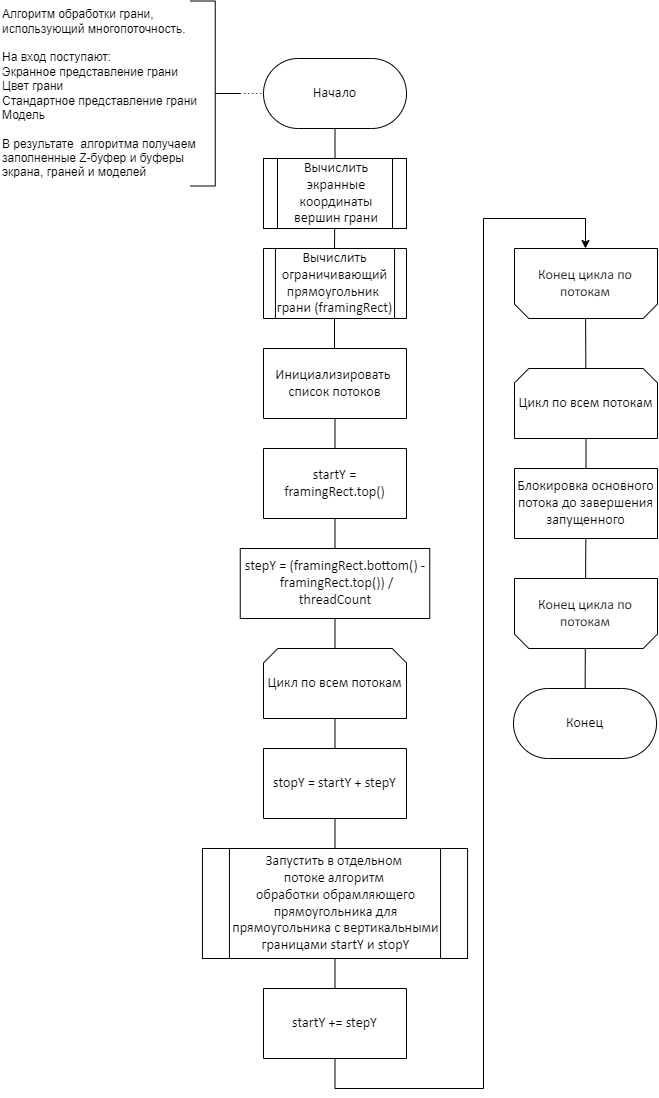
Earlier version of the draw.io export docs/tex/inc/img/face.png (AcidYurets/CG_course_project). Source tidied: cells renumbered, new cells last; positions are measured from the earlier drawing's top-left corner, leaving out a move shared by most shapes.
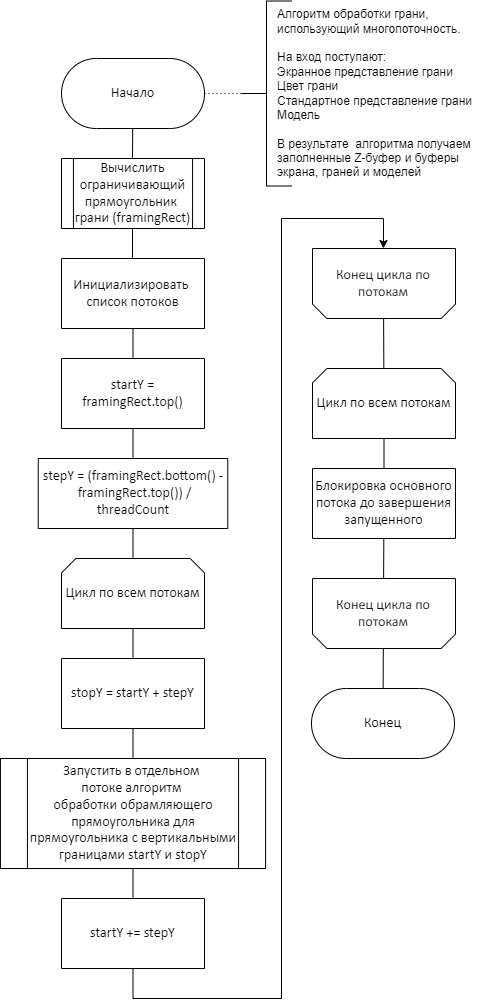
The same file after the commit.

Change to the diagram source:
```diff
@@ -3,7 +3,7 @@
     <mxCell id="0" />
     <mxCell id="1" parent="0" />
     <mxCell id="2" value="&lt;div style=&quot;font-size: 1px&quot;&gt;&lt;font style=&quot;font-size:14.11px;font-family:Calibri;color:#000000;direction:ltr;letter-spacing:0px;line-height:120%;opacity:1&quot;&gt;Начало&lt;br/&gt;&lt;/font&gt;&lt;/div&gt;" style="verticalAlign=middle;align=center;vsdxID=2;fillColor=#FFFFFF;gradientColor=none;shape=(stored shape, 244 characters);strokeColor=#000000;spacingTop=-1;spacingBottom=-1;spacingLeft=-1;spacingRight=-1;points=[[0.5,0,0],[0.5,0.5,0],[1,0.5,0]];labelBackgroundColor=none;rounded=0;html=1;whiteSpace=wrap;" parent="1" vertex="1">
-      <mxGeometry x="263" y="58" width="143" height="70" as="geometry" />
+      <mxGeometry x="263" y="148" width="143" height="70" as="geometry" />
     </mxCell>
     <mxCell id="3" style="rounded=0;jettySize=auto;html=1;endArrow=none;endFill=0;" parent="1" edge="1" source="4" target="28">
       <mxGeometry relative="1" as="geometry" />
@@ -15,27 +15,27 @@
       <mxGeometry x="263" y="248" width="143" height="70" as="geometry" />
     </mxCell>
     <mxCell id="6" style="vsdxID=12;rotation=180;fillColor=#FFFFFF;gradientColor=none;shape=(stored shape, 304 characters);labelBackgroundColor=none;rounded=0;html=1;whiteSpace=wrap;" parent="1" vertex="1">
-      <mxGeometry x="514" y="578" width="143" height="70" as="geometry" />
+      <mxGeometry x="514" y="668" width="143" height="70" as="geometry" />
     </mxCell>
     <mxCell id="7" value="&lt;div style=&quot;font-size: 1px&quot;&gt;&lt;font style=&quot;font-size:14.11px;font-family:Calibri;color:#000000;direction:ltr;letter-spacing:0px;line-height:120%;opacity:1&quot;&gt;Конец цикла по потокам&lt;br&gt;&lt;/font&gt;&lt;/div&gt;" style="text;vsdxID=12;rotation=359.91;fillColor=none;gradientColor=none;points=[[1,0.5,0],[0.5,0.5,0],[0.5,0,0],[0.05,0.1,0],[0.95,0.1,0],[1,0.1,0]];labelBackgroundColor=none;rounded=0;html=1;whiteSpace=wrap;verticalAlign=middle;align=center;strokeColor=none;html=1;" parent="6" vertex="1">
       <mxGeometry x="-1" width="143.9" height="70" as="geometry" />
     </mxCell>
     <mxCell id="8" value="&lt;div style=&quot;font-size: 1px&quot;&gt;&lt;font style=&quot;font-size:14.11px;font-family:Calibri;color:#000000;direction:ltr;letter-spacing:0px;line-height:120%;opacity:1&quot;&gt;Конец&lt;br/&gt;&lt;/font&gt;&lt;/div&gt;" style="verticalAlign=middle;align=center;vsdxID=13;fillColor=#FFFFFF;gradientColor=none;shape=(stored shape, 244 characters);strokeColor=#000000;spacingTop=-1;spacingBottom=-1;spacingLeft=-1;spacingRight=-1;points=[[0.5,0,0],[0.5,0.5,0],[1,0.5,0]];labelBackgroundColor=none;rounded=0;html=1;whiteSpace=wrap;" parent="1" vertex="1">
-      <mxGeometry x="513" y="688" width="143" height="70" as="geometry" />
+      <mxGeometry x="513" y="778" width="143" height="70" as="geometry" />
     </mxCell>
     <mxCell id="9" style="rounded=0;jettySize=auto;html=1;endArrow=none;endFill=0;" parent="1" edge="1" source="7" target="8">
       <mxGeometry relative="1" as="geometry" />
     </mxCell>
-    <mxCell id="10" style="strokeWidth=1;html=1;shape=mxgraph.flowchart.annotation_2;align=left;labelPosition=right;rotation=-180;" parent="1" vertex="1">
-      <mxGeometry x="189.8" y="0.5" width="50" height="185" as="geometry" />
+    <mxCell id="10" style="strokeWidth=1;html=1;shape=mxgraph.flowchart.annotation_2;align=left;labelPosition=right;rotation=0;" parent="1" vertex="1">
+      <mxGeometry x="443" y="90.5" width="50" height="185" as="geometry" />
     </mxCell>
     <mxCell id="11" style="endArrow=none;dashed=1;html=1;dashPattern=1 3;strokeWidth=1;rounded=0;exitX=0;exitY=0.5;exitDx=0;exitDy=0;exitPerimeter=0;" parent="1" edge="1" source="10" target="2">
       <mxGeometry relative="1" as="geometry" />
     </mxCell>
     <mxCell id="12" value="Алгоритм обработки грани, &lt;br&gt;использующий многопоточность.&lt;br&gt;&lt;br&gt;На вход поступают:&lt;br&gt;&lt;div style=&quot;&quot;&gt;&lt;span style=&quot;background-color: initial;&quot;&gt;Экранное представление грани&lt;/span&gt;&lt;/div&gt;&lt;div style=&quot;&quot;&gt;&lt;span style=&quot;background-color: initial;&quot;&gt;Цвет грани&lt;/span&gt;&lt;/div&gt;&lt;div style=&quot;&quot;&gt;&lt;span style=&quot;background-color: initial;&quot;&gt;Стандартное представление грани&lt;br&gt;Модель&lt;/span&gt;&lt;/div&gt;&lt;div style=&quot;&quot;&gt;&lt;span style=&quot;background-color: initial;&quot;&gt;&lt;br&gt;&lt;/span&gt;&lt;/div&gt;&lt;div style=&quot;&quot;&gt;&lt;span style=&quot;background-color: initial;&quot;&gt;В результате&amp;nbsp; алгоритма получаем&amp;nbsp;&lt;/span&gt;&lt;/div&gt;&lt;div style=&quot;&quot;&gt;&lt;span style=&quot;background-color: initial;&quot;&gt;заполненные Z-буфер и буферы&amp;nbsp;&lt;/span&gt;&lt;/div&gt;&lt;div style=&quot;&quot;&gt;&lt;span style=&quot;background-color: initial;&quot;&gt;экрана, граней и моделей&lt;/span&gt;&lt;/div&gt;" style="text;html=1;align=left;verticalAlign=middle;strokeColor=none;fillColor=none;" parent="1" vertex="1">
-      <mxGeometry x="-0.2" y="8" width="210" height="170" as="geometry" />
+      <mxGeometry x="477" y="98" width="210" height="170" as="geometry" />
     </mxCell>
-    <mxCell id="13" style="vsdxID=17;startArrow=none;endArrow=none;startSize=6;endSize=6;spacingTop=0;spacingBottom=0;spacingLeft=0;spacingRight=0;verticalAlign=middle;html=1;labelBackgroundColor=#ffffff;rounded=0;entryX=0.4965034965034965;entryY=0;entryDx=0;entryDy=0;entryPerimeter=0;endFill=0;" parent="1" edge="1" source="35" target="5">
+    <mxCell id="13" style="vsdxID=17;startArrow=none;endArrow=none;startSize=6;endSize=6;spacingTop=0;spacingBottom=0;spacingLeft=0;spacingRight=0;verticalAlign=middle;html=1;labelBackgroundColor=#ffffff;rounded=0;entryX=0.4965034965034965;entryY=0;entryDx=0;entryDy=0;entryPerimeter=0;endFill=0;" parent="1" edge="1" source="2" target="5">
       <mxGeometry relative="1" as="geometry">
         <mxPoint x="10" y="-1" as="offset" />
       </mxGeometry>
@@ -52,7 +52,7 @@
       </mxGeometry>
     </mxCell>
     <mxCell id="17" style="vsdxID=12;rotation=180;fillColor=#FFFFFF;gradientColor=none;shape=(stored shape, 304 characters);labelBackgroundColor=none;rounded=0;html=1;whiteSpace=wrap;" parent="1" vertex="1">
-      <mxGeometry x="514" y="248" width="143" height="70" as="geometry" />
+      <mxGeometry x="514" y="338" width="143" height="70" as="geometry" />
     </mxCell>
     <mxCell id="18" value="&lt;div style=&quot;font-size: 1px&quot;&gt;&lt;font style=&quot;font-size:14.11px;font-family:Calibri;color:#000000;direction:ltr;letter-spacing:0px;line-height:120%;opacity:1&quot;&gt;Конец цикла по потокам&lt;br&gt;&lt;/font&gt;&lt;/div&gt;" style="text;vsdxID=12;rotation=359.91;fillColor=none;gradientColor=none;points=[[1,0.5,0],[0.5,0.5,0],[0.5,0,0],[0.05,0.1,0],[0.95,0.1,0],[1,0.1,0]];labelBackgroundColor=none;rounded=0;html=1;whiteSpace=wrap;verticalAlign=middle;align=center;strokeColor=none;html=1;" parent="17" vertex="1">
       <mxGeometry x="-1" width="143.9" height="70" as="geometry" />
@@ -72,10 +72,10 @@
     <mxCell id="23" style="edgeStyle=orthogonalEdgeStyle;rounded=0;jettySize=auto;html=1;endArrow=classic;endFill=1;" parent="1" edge="1" source="24" target="18">
       <mxGeometry relative="1" as="geometry">
         <Array as="points">
-          <mxPoint x="334" y="1088" />
+          <mxPoint x="335" y="1088" />
           <mxPoint x="483" y="1088" />
-          <mxPoint x="483" y="218" />
-          <mxPoint x="585" y="218" />
+          <mxPoint x="483" y="308" />
+          <mxPoint x="585" y="308" />
         </Array>
       </mxGeometry>
     </mxCell>
@@ -98,24 +98,16 @@
       <mxGeometry relative="1" as="geometry" />
     </mxCell>
     <mxCell id="30" value="&lt;div style=&quot;font-size: 1px&quot;&gt;&lt;font style=&quot;font-size:14.11px;font-family:Calibri;color:#000000;direction:ltr;letter-spacing:0px;line-height:120%;opacity:1&quot;&gt;Цикл по всем потокам&lt;br&gt;&lt;/font&gt;&lt;/div&gt;" style="verticalAlign=middle;align=center;vsdxID=5;fillColor=#FFFFFF;gradientColor=none;shape=(stored shape, 304 characters);points=[[1,0.5,0],[0.5,0.5,0],[0.5,0,0],[0.05,0.1,0],[0.95,0.1,0],[1,0.1,0]];labelBackgroundColor=none;rounded=0;html=1;whiteSpace=wrap;" parent="1" vertex="1">
-      <mxGeometry x="514" y="368" width="143" height="70" as="geometry" />
+      <mxGeometry x="514" y="458" width="143" height="70" as="geometry" />
     </mxCell>
     <mxCell id="31" style="rounded=0;jettySize=auto;html=1;endArrow=none;endFill=0;" parent="1" edge="1" source="32" target="7">
       <mxGeometry relative="1" as="geometry" />
     </mxCell>
     <mxCell id="32" value="&lt;div style=&quot;&quot;&gt;&lt;p style=&quot;margin: 0px; text-indent: 0px; direction: ltr;&quot;&gt;&lt;font face=&quot;Calibri&quot;&gt;&lt;span style=&quot;font-size: 14.11px;&quot;&gt;Блокировка основного потока до завершения запущенного&lt;/span&gt;&lt;/font&gt;&lt;/p&gt;&lt;/div&gt;" style="verticalAlign=middle;align=center;vsdxID=11;fillColor=#FFFFFF;gradientColor=none;shape=(stored shape, 160 characters);strokeColor=#000000;spacingTop=-1;spacingBottom=-1;spacingLeft=-1;spacingRight=-1;points=[[1,0.5,0],[0.5,0.5,0],[0.5,0,0]];labelBackgroundColor=none;rounded=0;html=1;whiteSpace=wrap;" parent="1" vertex="1">
-      <mxGeometry x="514" y="468" width="143" height="70" as="geometry" />
+      <mxGeometry x="514" y="558" width="143" height="70" as="geometry" />
     </mxCell>
     <mxCell id="33" style="rounded=0;jettySize=auto;html=1;endArrow=none;endFill=0;" parent="1" edge="1" source="18" target="30">
       <mxGeometry relative="1" as="geometry" />
     </mxCell>
-    <mxCell id="34" style="vsdxID=17;startArrow=none;endArrow=none;startSize=6;endSize=6;spacingTop=0;spacingBottom=0;spacingLeft=0;spacingRight=0;verticalAlign=middle;html=1;labelBackgroundColor=#ffffff;rounded=0;endFill=0;" parent="1" edge="1" source="2" target="35">
-      <mxGeometry relative="1" as="geometry">
-        <mxPoint x="10" y="-1" as="offset" />
-      </mxGeometry>
-    </mxCell>
-    <mxCell id="35" value="&lt;span style=&quot;font-family: Calibri; font-size: 14.11px;&quot;&gt;Вычислить экранные координаты вершин грани&lt;/span&gt;" style="shape=process;whiteSpace=wrap;html=1;backgroundOutline=1;" parent="1" vertex="1">
-      <mxGeometry x="263" y="158" width="143" height="70" as="geometry" />
-    </mxCell>
   </root>
 </mxGraphModel>
```
